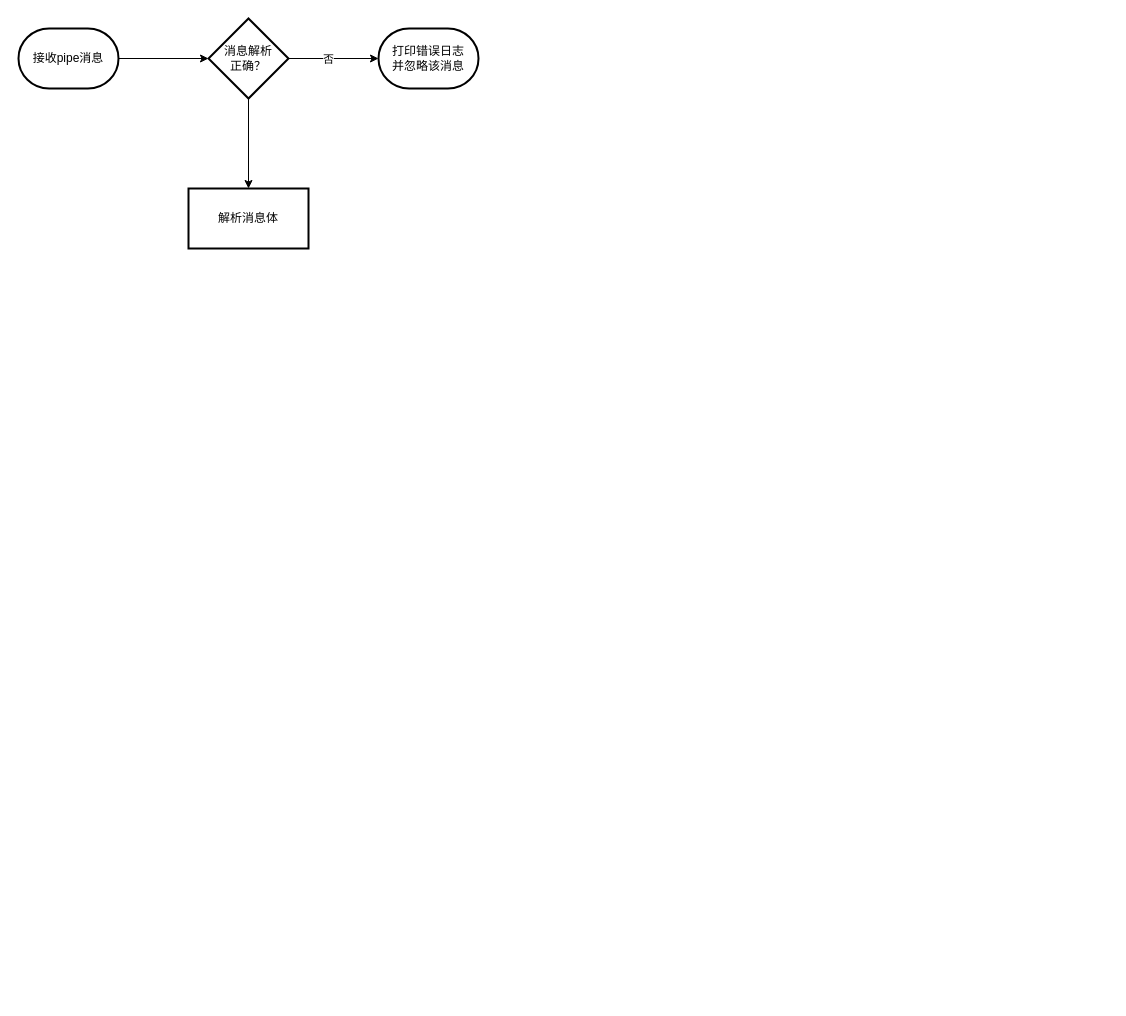
Earlier version of the draw.io diagram Comment/评论粗排_流程图.drawio (Mrssqin/draw). Source tidied: cells renumbered, new cells numbered last; positions are measured from the earlier drawing's top-left corner, leaving out a move shared by most shapes. Both pictures are drawn from the tidied source at 100%, with x=0, y=0 at pixel (18, 18).
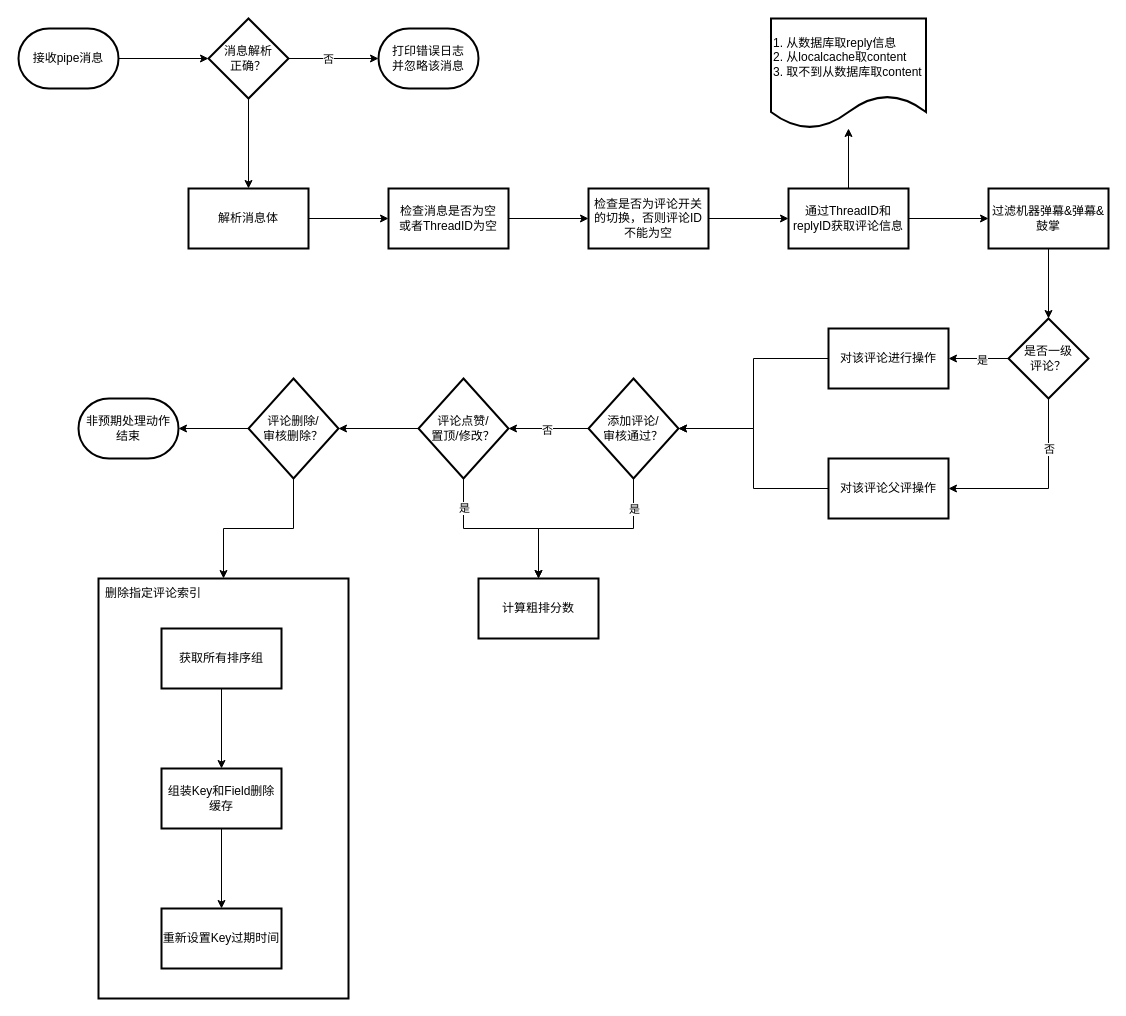
The same page after the edit.

Commit message (it also covers changes not shown here):
更新评论粗排_流程图.drawio

The change refers to these unchanged cells:
```xml
<mxCell id="9" value="解析消息体" style="whiteSpace=wrap;html=1;strokeWidth=2;" parent="1" vertex="1">
  <mxGeometry x="170" y="170" width="120" height="60" as="geometry" />
</mxCell>
```

Diff of the diagram source:
```diff
@@
+    <mxCell id="10" style="edgeStyle=orthogonalEdgeStyle;rounded=0;jettySize=auto;html=1;" parent="1" edge="1" source="9" target="12">
+      <mxGeometry relative="1" as="geometry" />
+    </mxCell>
@@
+    <mxCell id="11" style="edgeStyle=orthogonalEdgeStyle;rounded=0;jettySize=auto;html=1;" parent="1" edge="1" source="12" target="14">
+      <mxGeometry relative="1" as="geometry" />
+    </mxCell>
+    <mxCell id="12" value="检查消息是否为空&lt;div&gt;或者ThreadID为空&lt;/div&gt;" style="whiteSpace=wrap;html=1;strokeWidth=2;" parent="1" vertex="1">
+      <mxGeometry x="370" y="170" width="120" height="60" as="geometry" />
+    </mxCell>
+    <mxCell id="13" style="edgeStyle=orthogonalEdgeStyle;rounded=0;jettySize=auto;html=1;" parent="1" edge="1" source="14" target="17">
+      <mxGeometry relative="1" as="geometry" />
+    </mxCell>
+    <mxCell id="14" value="检查是否为评论开关的切换，否则评论ID不能为空" style="whiteSpace=wrap;html=1;strokeWidth=2;" parent="1" vertex="1">
+      <mxGeometry x="570" y="170" width="120" height="60" as="geometry" />
+    </mxCell>
+    <mxCell id="15" style="edgeStyle=orthogonalEdgeStyle;rounded=0;jettySize=auto;html=1;" parent="1" edge="1" source="17" target="18">
+      <mxGeometry relative="1" as="geometry" />
+    </mxCell>
+    <mxCell id="16" style="edgeStyle=orthogonalEdgeStyle;rounded=0;jettySize=auto;html=1;" parent="1" edge="1" source="17" target="20">
+      <mxGeometry relative="1" as="geometry" />
+    </mxCell>
+    <mxCell id="17" value="通过ThreadID和replyID获取评论信息" style="whiteSpace=wrap;html=1;strokeWidth=2;" parent="1" vertex="1">
+      <mxGeometry x="770" y="170" width="120" height="60" as="geometry" />
+    </mxCell>
+    <mxCell id="18" value="1. 从数据库取reply信息&lt;div&gt;2. 从localcache取content&lt;/div&gt;&lt;div&gt;3. 取不到从数据库取content&lt;/div&gt;" style="shape=document;whiteSpace=wrap;html=1;boundedLbl=1;strokeWidth=2;align=left;" parent="1" vertex="1">
+      <mxGeometry x="752.5" width="155" height="110" as="geometry" />
+    </mxCell>
+    <mxCell id="19" style="edgeStyle=orthogonalEdgeStyle;rounded=0;jettySize=auto;html=1;" parent="1" edge="1" source="20" target="25">
+      <mxGeometry relative="1" as="geometry" />
+    </mxCell>
+    <mxCell id="20" value="过滤机器弹幕&amp;amp;弹幕&amp;amp;鼓掌" style="whiteSpace=wrap;html=1;strokeWidth=2;" parent="1" vertex="1">
+      <mxGeometry x="970" y="170" width="120" height="60" as="geometry" />
+    </mxCell>
+    <mxCell id="21" style="edgeStyle=orthogonalEdgeStyle;rounded=0;jettySize=auto;html=1;" parent="1" edge="1" source="25" target="27">
+      <mxGeometry relative="1" as="geometry" />
+    </mxCell>
+    <mxCell id="22" value="是" style="edgeLabel;html=1;align=center;verticalAlign=middle;" parent="21" vertex="1">
+      <mxGeometry x="-0.11" y="1" relative="1" as="geometry" />
+    </mxCell>
+    <mxCell id="23" style="edgeStyle=orthogonalEdgeStyle;rounded=0;jettySize=auto;html=1;entryX=1;entryY=0.5;entryDx=0;entryDy=0;" parent="1" edge="1" source="25" target="29">
+      <mxGeometry relative="1" as="geometry">
+        <Array as="points">
+          <mxPoint x="1030" y="470" />
+        </Array>
+      </mxGeometry>
+    </mxCell>
+    <mxCell id="24" value="否" style="edgeLabel;html=1;align=center;verticalAlign=middle;" parent="23" vertex="1">
+      <mxGeometry x="0.26" y="1" relative="1" as="geometry">
+        <mxPoint x="30" y="-41" as="offset" />
+      </mxGeometry>
+    </mxCell>
+    <mxCell id="25" value="是否一级&lt;div&gt;评论？&lt;/div&gt;" style="rhombus;whiteSpace=wrap;html=1;strokeWidth=2;" parent="1" vertex="1">
+      <mxGeometry x="990" y="300" width="80" height="80" as="geometry" />
+    </mxCell>
+    <mxCell id="26" style="edgeStyle=orthogonalEdgeStyle;rounded=0;jettySize=auto;html=1;" parent="1" edge="1" source="27" target="34">
+      <mxGeometry relative="1" as="geometry" />
+    </mxCell>
+    <mxCell id="27" value="对该评论进行操作" style="whiteSpace=wrap;html=1;strokeWidth=2;" parent="1" vertex="1">
+      <mxGeometry x="810" y="310" width="120" height="60" as="geometry" />
+    </mxCell>
+    <mxCell id="28" style="edgeStyle=orthogonalEdgeStyle;rounded=0;jettySize=auto;html=1;entryX=1;entryY=0.5;entryDx=0;entryDy=0;" parent="1" edge="1" source="29" target="34">
+      <mxGeometry relative="1" as="geometry" />
+    </mxCell>
+    <mxCell id="29" value="对该评论父评操作" style="whiteSpace=wrap;html=1;strokeWidth=2;" parent="1" vertex="1">
+      <mxGeometry x="810" y="440" width="120" height="60" as="geometry" />
+    </mxCell>
+    <mxCell id="30" style="edgeStyle=orthogonalEdgeStyle;rounded=0;jettySize=auto;html=1;" parent="1" edge="1" source="34" target="35">
+      <mxGeometry relative="1" as="geometry" />
+    </mxCell>
+    <mxCell id="31" value="是" style="edgeLabel;html=1;align=center;verticalAlign=middle;" parent="30" vertex="1">
+      <mxGeometry x="-0.2" y="-3" relative="1" as="geometry">
+        <mxPoint x="28" y="-17" as="offset" />
+      </mxGeometry>
+    </mxCell>
+    <mxCell id="32" style="edgeStyle=orthogonalEdgeStyle;rounded=0;jettySize=auto;html=1;" parent="1" edge="1" source="34" target="39">
+      <mxGeometry relative="1" as="geometry" />
+    </mxCell>
+    <mxCell id="33" value="否" style="edgeLabel;html=1;align=center;verticalAlign=middle;" parent="32" vertex="1">
+      <mxGeometry x="0.04" y="1" relative="1" as="geometry" />
+    </mxCell>
+    <mxCell id="34" value="添加评论/&lt;div&gt;审核通过？&lt;/div&gt;" style="rhombus;whiteSpace=wrap;html=1;strokeWidth=2;" parent="1" vertex="1">
+      <mxGeometry x="570" y="360" width="90" height="100" as="geometry" />
+    </mxCell>
+    <mxCell id="35" value="计算粗排分数" style="whiteSpace=wrap;html=1;strokeWidth=2;" parent="1" vertex="1">
+      <mxGeometry x="460" y="560" width="120" height="60" as="geometry" />
+    </mxCell>
+    <mxCell id="36" style="edgeStyle=orthogonalEdgeStyle;rounded=0;jettySize=auto;html=1;entryX=0.5;entryY=0;entryDx=0;entryDy=0;" parent="1" edge="1" source="39" target="35">
+      <mxGeometry relative="1" as="geometry" />
+    </mxCell>
+    <mxCell id="37" value="是" style="edgeLabel;html=1;align=center;verticalAlign=middle;" parent="36" vertex="1">
+      <mxGeometry x="-0.67" relative="1" as="geometry" />
+    </mxCell>
+    <mxCell id="38" style="edgeStyle=orthogonalEdgeStyle;rounded=0;jettySize=auto;html=1;" parent="1" edge="1" source="39" target="42">
+      <mxGeometry relative="1" as="geometry" />
+    </mxCell>
+    <mxCell id="39" value="评论点赞/&lt;div&gt;置顶/修改？&lt;/div&gt;" style="rhombus;whiteSpace=wrap;html=1;strokeWidth=2;" parent="1" vertex="1">
+      <mxGeometry x="400" y="360" width="90" height="100" as="geometry" />
+    </mxCell>
+    <mxCell id="40" style="edgeStyle=orthogonalEdgeStyle;rounded=0;jettySize=auto;html=1;" parent="1" edge="1" source="42" target="43">
+      <mxGeometry relative="1" as="geometry" />
+    </mxCell>
+    <mxCell id="41" style="edgeStyle=orthogonalEdgeStyle;rounded=0;jettySize=auto;html=1;entryX=1;entryY=0.5;entryDx=0;entryDy=0;entryPerimeter=0;" parent="1" edge="1" source="42" target="44">
+      <mxGeometry relative="1" as="geometry" />
+    </mxCell>
+    <mxCell id="42" value="评论删除/&lt;div&gt;审核删除？&lt;/div&gt;" style="rhombus;whiteSpace=wrap;html=1;strokeWidth=2;" parent="1" vertex="1">
+      <mxGeometry x="230" y="360" width="90" height="100" as="geometry" />
+    </mxCell>
+    <mxCell id="43" style="whiteSpace=wrap;html=1;strokeWidth=2;" parent="1" vertex="1">
+      <mxGeometry x="80" y="560" width="250" height="420" as="geometry" />
+    </mxCell>
+    <mxCell id="44" value="非预期处理动作&lt;div&gt;结束&lt;br&gt;&lt;/div&gt;" style="strokeWidth=2;html=1;shape=mxgraph.flowchart.terminator;whiteSpace=wrap;" parent="1" vertex="1">
+      <mxGeometry x="60" y="380" width="100" height="60" as="geometry" />
+    </mxCell>
+    <mxCell id="45" value="删除指定评论索引" style="text;html=1;align=center;verticalAlign=middle;whiteSpace=wrap;rounded=0;" parent="1" vertex="1">
+      <mxGeometry x="80" y="560" width="110" height="30" as="geometry" />
+    </mxCell>
+    <mxCell id="46" style="edgeStyle=orthogonalEdgeStyle;rounded=0;jettySize=auto;html=1;" parent="1" edge="1" source="47" target="49">
+      <mxGeometry relative="1" as="geometry" />
+    </mxCell>
+    <mxCell id="47" value="获取所有排序组" style="whiteSpace=wrap;html=1;strokeWidth=2;" parent="1" vertex="1">
+      <mxGeometry x="143" y="610" width="120" height="60" as="geometry" />
+    </mxCell>
+    <mxCell id="48" style="edgeStyle=orthogonalEdgeStyle;rounded=0;jettySize=auto;html=1;" parent="1" edge="1" source="49" target="50">
+      <mxGeometry relative="1" as="geometry" />
+    </mxCell>
+    <mxCell id="49" value="组装Key和Field删除缓存" style="whiteSpace=wrap;html=1;strokeWidth=2;" parent="1" vertex="1">
+      <mxGeometry x="143" y="750" width="120" height="60" as="geometry" />
+    </mxCell>
+    <mxCell id="50" value="重新设置Key过期时间" style="whiteSpace=wrap;html=1;strokeWidth=2;" parent="1" vertex="1">
+      <mxGeometry x="143" y="890" width="120" height="60" as="geometry" />
+    </mxCell>
```
